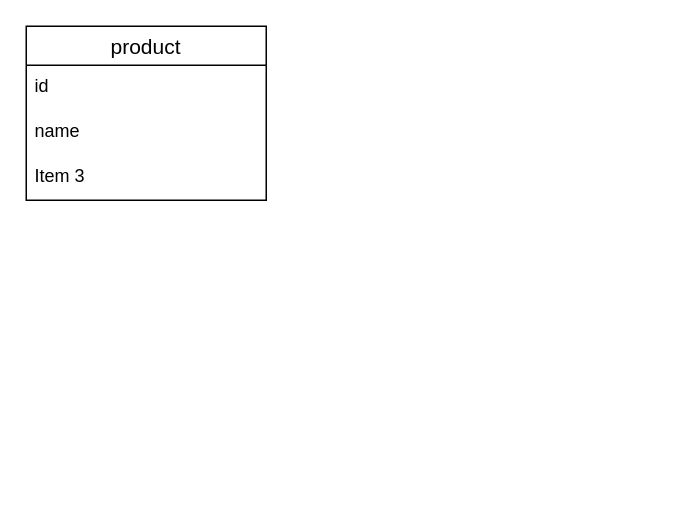
Earlier version of the draw.io diagram Диаграмма без названия.drawio (RudolphIgor/napoleon). Source tidied: cells renumbered, new cells numbered last; positions are measured from the earlier drawing's top-left corner, leaving out a move shared by most shapes. Both pictures are drawn from the tidied source at 150%, with x=0, y=0 at pixel (26, 26).
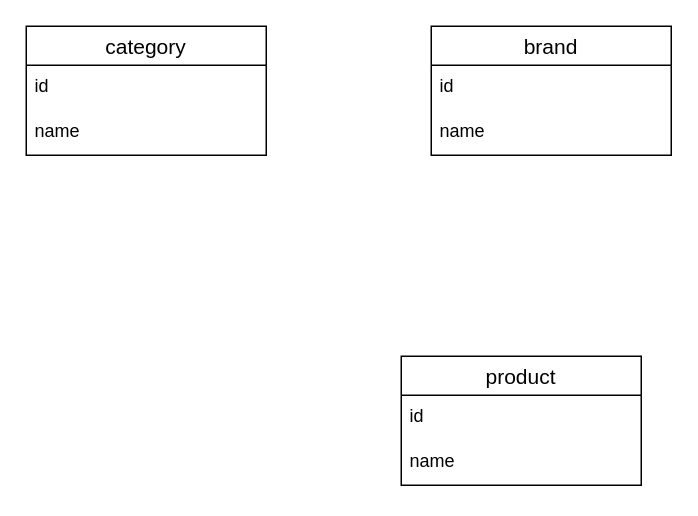
The same diagram, later.

Diff of the diagram source:
```diff
@@
 <mxGraphModel>
   <root>
     <mxCell id="0" />
     <mxCell id="1" parent="0" />
-    <mxCell id="2" value="product" style="swimlane;fontStyle=0;horizontal=1;startSize=26;align=center;fontSize=14;" parent="1" vertex="1">
-      <mxGeometry width="160" height="116" as="geometry" />
+    <mxCell id="2" value="category" style="swimlane;fontStyle=0;horizontal=1;startSize=26;align=center;fontSize=14;" parent="1" vertex="1">
+      <mxGeometry width="160" height="86" as="geometry" />
     </mxCell>
     <mxCell id="3" value="id" style="text;strokeColor=none;fillColor=none;spacingLeft=4;spacingRight=4;overflow=hidden;fontSize=12;whiteSpace=wrap;html=1;" parent="2" vertex="1">
       <mxGeometry y="26" width="160" height="30" as="geometry" />
     </mxCell>
     <mxCell id="4" value="name" style="text;strokeColor=none;fillColor=none;spacingLeft=4;spacingRight=4;overflow=hidden;fontSize=12;whiteSpace=wrap;html=1;" parent="2" vertex="1">
       <mxGeometry y="56" width="160" height="30" as="geometry" />
     </mxCell>
-    <mxCell id="5" value="Item 3" style="text;strokeColor=none;fillColor=none;spacingLeft=4;spacingRight=4;overflow=hidden;fontSize=12;whiteSpace=wrap;html=1;" parent="2" vertex="1">
-      <mxGeometry y="86" width="160" height="30" as="geometry" />
-    </mxCell>
+    <mxCell id="6" value="brand" style="swimlane;fontStyle=0;horizontal=1;startSize=26;align=center;fontSize=14;" parent="1" vertex="1">
+      <mxGeometry x="270" width="160" height="86" as="geometry" />
+    </mxCell>
+    <mxCell id="7" value="id" style="text;strokeColor=none;fillColor=none;spacingLeft=4;spacingRight=4;overflow=hidden;fontSize=12;whiteSpace=wrap;html=1;" parent="6" vertex="1">
+      <mxGeometry y="26" width="160" height="30" as="geometry" />
+    </mxCell>
+    <mxCell id="8" value="name" style="text;strokeColor=none;fillColor=none;spacingLeft=4;spacingRight=4;overflow=hidden;fontSize=12;whiteSpace=wrap;html=1;" parent="6" vertex="1">
+      <mxGeometry y="56" width="160" height="30" as="geometry" />
+    </mxCell>
+    <mxCell id="9" value="product" style="swimlane;fontStyle=0;horizontal=1;startSize=26;align=center;fontSize=14;" parent="1" vertex="1">
+      <mxGeometry x="250" y="220" width="160" height="86" as="geometry" />
+    </mxCell>
+    <mxCell id="10" value="id" style="text;strokeColor=none;fillColor=none;spacingLeft=4;spacingRight=4;overflow=hidden;fontSize=12;whiteSpace=wrap;html=1;" parent="9" vertex="1">
+      <mxGeometry y="26" width="160" height="30" as="geometry" />
+    </mxCell>
+    <mxCell id="11" value="name" style="text;strokeColor=none;fillColor=none;spacingLeft=4;spacingRight=4;overflow=hidden;fontSize=12;whiteSpace=wrap;html=1;" parent="9" vertex="1">
+      <mxGeometry y="56" width="160" height="30" as="geometry" />
+    </mxCell>
   </root>
 </mxGraphModel>
```
